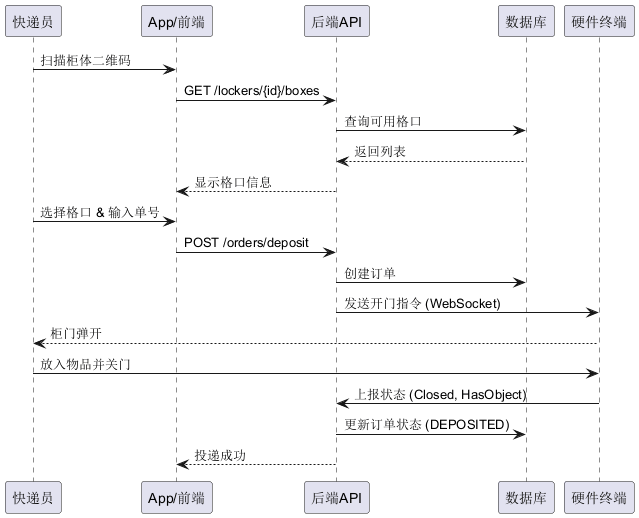
The PlantUML diagram Document/v1.0/output/SequenceDiagram_Deposit.png in WJZ-P/CQU-Express-Locker-System, before a commit. Its diagram source:
```plantuml
@startuml
participant "快递员" as Courier
participant "App/前端" as App
participant "后端API" as API
participant "数据库" as DB
participant "硬件终端" as HW

Courier -> App: 扫描柜体二维码
App -> API: GET /lockers/{id}/boxes
API -> DB: 查询可用格口
DB --> API: 返回列表
API --> App: 显示格口信息

Courier -> App: 选择格口 & 输入单号
App -> API: POST /orders/deposit
API -> DB: 创建订单
API -> HW: 发送开门指令 (WebSocket)
HW --> Courier: 柜门弹开
Courier -> HW: 放入物品并关门
HW -> API: 上报状态 (Closed, HasObject)
API -> DB: 更新订单状态 (DEPOSITED)
API --> App: 投递成功
@enduml
```
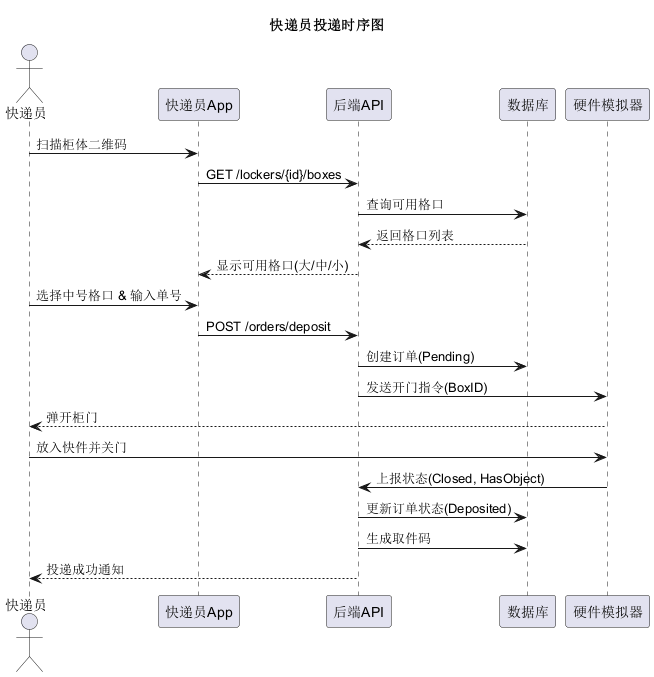
Above is the later version.

The edit, as a diff of the source:
```diff
@@ -1,23 +1,29 @@
 @startuml
-participant "快递员" as Courier
-participant "App/前端" as App
+
+title 快递员投递时序图
+
+actor "快递员" as Courier
+participant "快递员App" as App
 participant "后端API" as API
 participant "数据库" as DB
-participant "硬件终端" as HW
+participant "硬件模拟器" as HW
 
-Courier -> App: 扫描柜体二维码
-App -> API: GET /lockers/{id}/boxes
-API -> DB: 查询可用格口
-DB --> API: 返回列表
-API --> App: 显示格口信息
+Courier->App: 扫描柜体二维码
+App->API: GET /lockers/{id}/boxes
+API->DB: 查询可用格口
+DB-->API: 返回格口列表
+API-->App: 显示可用格口(大/中/小)
 
-Courier -> App: 选择格口 & 输入单号
-App -> API: POST /orders/deposit
-API -> DB: 创建订单
-API -> HW: 发送开门指令 (WebSocket)
-HW --> Courier: 柜门弹开
-Courier -> HW: 放入物品并关门
-HW -> API: 上报状态 (Closed, HasObject)
-API -> DB: 更新订单状态 (DEPOSITED)
-API --> App: 投递成功
+Courier->App: 选择中号格口 & 输入单号
+App->API: POST /orders/deposit
+API->DB: 创建订单(Pending)
+API->HW: 发送开门指令(BoxID)
+HW-->Courier: 弹开柜门
+
+Courier->HW: 放入快件并关门
+HW->API: 上报状态(Closed, HasObject)
+API->DB: 更新订单状态(Deposited)
+API->DB: 生成取件码
+API-->Courier: 投递成功通知
+
 @enduml
```
